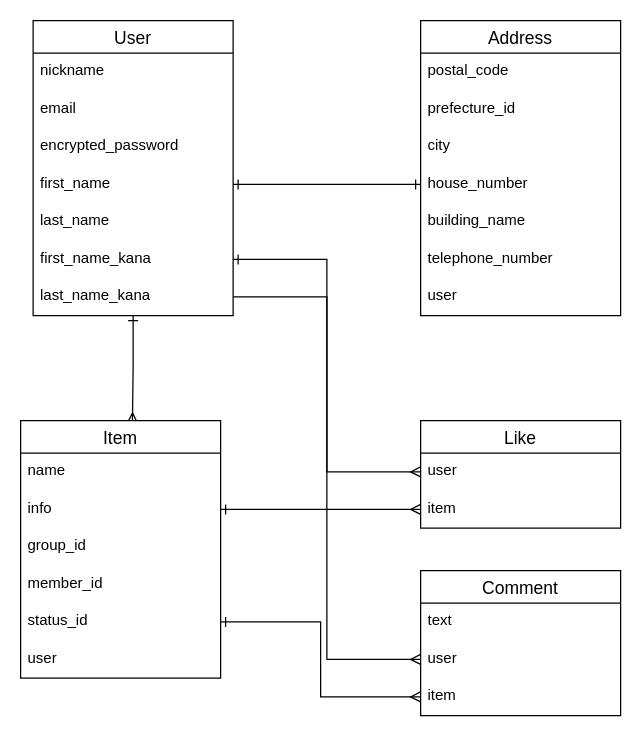
Above: trade.dio in seedsat/trade-app (draw.io), before the change. Source tidied: cells renumbered, new cells numbered last; positions are measured from the earlier drawing's top-left corner, leaving out a move shared by most shapes. Both pictures are drawn from the tidied source at 125%, with x=0, y=0 at pixel (20, 20).
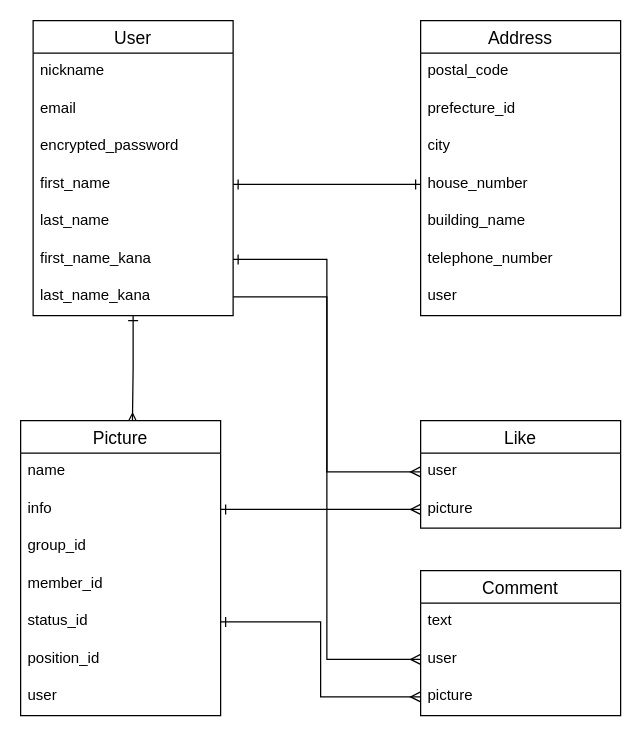
The same page after the edit.

The change refers to these unchanged cells:
```xml
<mxCell id="18" value="Comment" style="swimlane;fontStyle=0;horizontal=1;startSize=26;align=center;fontSize=14;" parent="1" vertex="1">
  <mxGeometry x="320" y="440" width="160" height="116" as="geometry" />
</mxCell>
<mxCell id="22" value="Like" style="swimlane;fontStyle=0;horizontal=1;startSize=26;align=center;fontSize=14;" parent="1" vertex="1">
  <mxGeometry x="320" y="320" width="160" height="86" as="geometry" />
</mxCell>
```

The edit, as a diff of the source:
```diff
@@
-    <mxCell id="11" value="Item" style="swimlane;fontStyle=0;horizontal=1;startSize=26;align=center;fontSize=14;" parent="1" vertex="1">
-      <mxGeometry y="320" width="160" height="206" as="geometry" />
+    <mxCell id="11" value="Picture" style="swimlane;fontStyle=0;horizontal=1;startSize=26;align=center;fontSize=14;" parent="1" vertex="1">
+      <mxGeometry y="320" width="160" height="236" as="geometry" />
     </mxCell>
@@
-    <mxCell id="17" value="user" style="text;strokeColor=none;fillColor=none;spacingLeft=4;spacingRight=4;overflow=hidden;fontSize=12;" parent="11" vertex="1">
+    <mxCell id="17" value="position_id" style="text;strokeColor=none;fillColor=none;spacingLeft=4;spacingRight=4;overflow=hidden;fontSize=12;" parent="11" vertex="1">
       <mxGeometry y="176" width="160" height="30" as="geometry" />
     </mxCell>
+    <mxCell id="38" value="user" style="text;strokeColor=none;fillColor=none;spacingLeft=4;spacingRight=4;overflow=hidden;fontSize=12;" parent="11" vertex="1">
+      <mxGeometry y="206" width="160" height="30" as="geometry" />
+    </mxCell>
@@
-    <mxCell id="21" value="item" style="text;strokeColor=none;fillColor=none;spacingLeft=4;spacingRight=4;overflow=hidden;points=[[0,0.5],[1,0.5]];portConstraint=eastwest;fontSize=12;" parent="18" vertex="1">
+    <mxCell id="21" value="picture" style="text;strokeColor=none;fillColor=none;spacingLeft=4;spacingRight=4;overflow=hidden;points=[[0,0.5],[1,0.5]];portConstraint=eastwest;fontSize=12;" parent="18" vertex="1">
       <mxGeometry y="86" width="160" height="30" as="geometry" />
     </mxCell>
@@
-    <mxCell id="24" value="item" style="text;strokeColor=none;fillColor=none;spacingLeft=4;spacingRight=4;overflow=hidden;points=[[0,0.5],[1,0.5]];portConstraint=eastwest;fontSize=12;" parent="22" vertex="1">
+    <mxCell id="24" value="picture" style="text;strokeColor=none;fillColor=none;spacingLeft=4;spacingRight=4;overflow=hidden;points=[[0,0.5],[1,0.5]];portConstraint=eastwest;fontSize=12;" parent="22" vertex="1">
       <mxGeometry y="56" width="160" height="30" as="geometry" />
     </mxCell>
```
